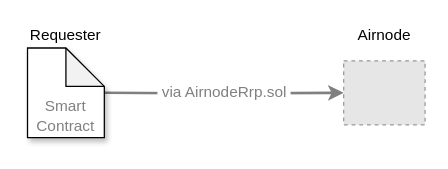
Above: docs/airnode/v0.6/assets/diagrams/requesters-sponsors-1.drawio in api3dao/old-api3-docs (draw.io), before the change. Source tidied: cells renumbered, new cells numbered last; positions are measured from the earlier drawing's top-left corner, leaving out a move shared by most shapes. Both pictures are drawn from the tidied source at 128%, with x=0, y=0 at pixel (27, 22). Pictures stored in the file or linked from it are replaced by grey dashed boxes.
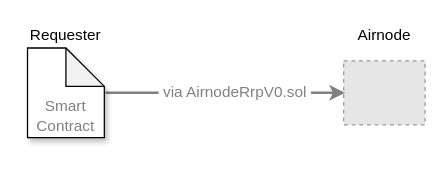
Above is the later version.

The edit, as a diff of the source:
```diff
@@
 <mxGraphModel>
   <root>
     <mxCell id="0" />
     <mxCell id="1" parent="0" />
     <mxCell id="2" style="fillColor=#E6E6E6;strokeColor=#999999;dashed=1;verticalLabelPosition=bottom;verticalAlign=top;" parent="1" vertex="1">
       <mxGeometry x="247" y="30" width="63.6" height="50" as="geometry" />
     </mxCell>
     <mxCell id="3" value="Airnode" style="text;html=1;strokeColor=none;fillColor=none;align=center;verticalAlign=middle;whiteSpace=wrap;rounded=0;" parent="1" vertex="1">
       <mxGeometry x="258.8" width="40" height="20" as="geometry" />
     </mxCell>
-    <mxCell id="4" value="&lt;font style=&quot;font-size: 12px&quot; color=&quot;#808080&quot;&gt;&amp;nbsp;via AirnodeRrp.sol&amp;nbsp;&lt;/font&gt;" style="edgeStyle=orthogonalEdgeStyle;rounded=0;jettySize=auto;html=1;entryX=0;entryY=0.5;entryDx=0;entryDy=0;align=left;fontSize=11;strokeWidth=2;strokeColor=#808080;" parent="1" edge="1" target="2">
+    <mxCell id="4" value="&lt;font style=&quot;font-size: 12px&quot; color=&quot;#808080&quot;&gt;&amp;nbsp;via AirnodeRrpV0.sol&amp;nbsp;&lt;/font&gt;" style="edgeStyle=orthogonalEdgeStyle;rounded=0;orthogonalLoop=1;jettySize=auto;html=1;entryX=0;entryY=0.5;entryDx=0;entryDy=0;align=left;fontSize=11;strokeWidth=2;strokeColor=#808080;" parent="1" edge="1">
       <mxGeometry x="-0.57" relative="1" as="geometry">
-        <mxPoint x="60" y="55" as="sourcePoint" />
+        <mxPoint x="61" y="55" as="sourcePoint" />
+        <mxPoint x="248" y="55" as="targetPoint" />
       </mxGeometry>
     </mxCell>
     <mxCell id="5" value="&lt;font color=&quot;#808080&quot;&gt;Smart Contract&lt;/font&gt;" style="shape=note;whiteSpace=wrap;html=1;backgroundOutline=1;darkOpacity=0.05;verticalAlign=bottom;shadow=1;" parent="1" vertex="1">
       <mxGeometry y="20" width="60" height="70" as="geometry" />
     </mxCell>
     <mxCell id="6" value="Requester" style="text;html=1;strokeColor=none;fillColor=none;align=center;verticalAlign=middle;whiteSpace=wrap;rounded=0;" parent="1" vertex="1">
       <mxGeometry x="10" width="40" height="20" as="geometry" />
     </mxCell>
   </root>
 </mxGraphModel>
```
